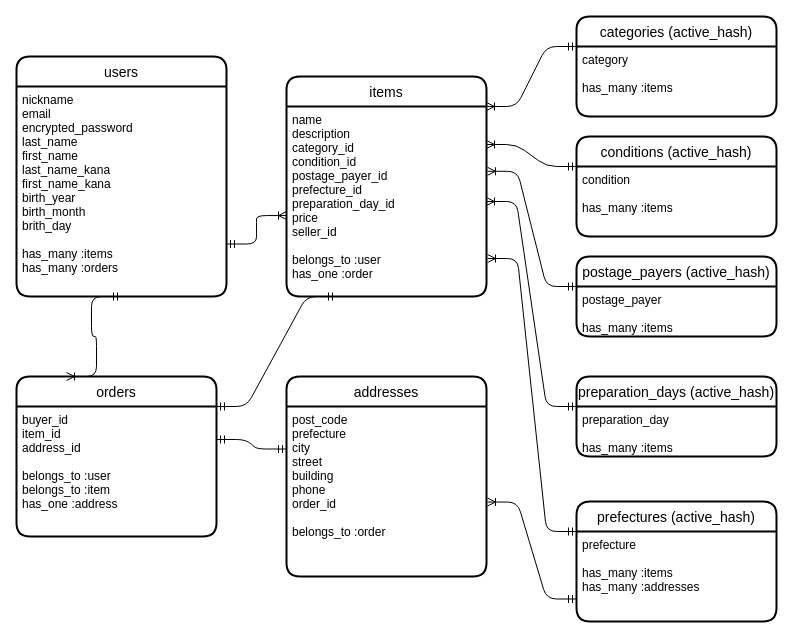
Above: ER.dio in xiaoanise/furima-37226 (draw.io), before the change. Source tidied: cells renumbered, new cells numbered last; positions are measured from the earlier drawing's top-left corner, leaving out a move shared by most shapes. Both pictures are drawn from the tidied source at 100%, with x=0, y=0 at pixel (16, 16).
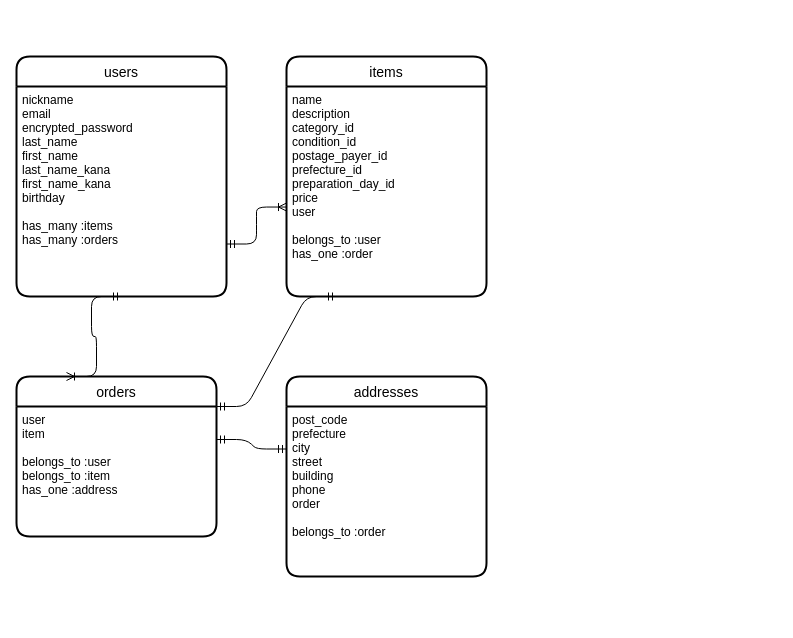
Above is the later version.

Commit message (it also covers changes not shown here):
ER図とREADMEを修正

The change refers to these unchanged cells:
```xml
<mxCell id="2" value="users" style="swimlane;horizontal=1;startSize=30;rounded=1;fontSize=14;fontStyle=0;strokeWidth=2;shadow=0;dashed=0;align=center;" parent="1" vertex="1">
  <mxGeometry y="40" width="210" height="240" as="geometry" />
</mxCell>
<mxCell id="6" value="orders" style="swimlane;horizontal=1;startSize=30;rounded=1;fontSize=14;fontStyle=0;strokeWidth=2;shadow=0;dashed=0;align=center;" parent="1" vertex="1">
  <mxGeometry y="360" width="200" height="160" as="geometry" />
</mxCell>
<mxCell id="8" value="addresses" style="swimlane;horizontal=1;startSize=30;rounded=1;fontSize=14;fontStyle=0;strokeWidth=2;shadow=0;dashed=0;align=center;" parent="1" vertex="1">
  <mxGeometry x="270" y="360" width="200" height="200" as="geometry" />
</mxCell>
```

Diff of the diagram source:
```diff
@@
-    <mxCell id="3" value="nickname&#10;email&#10;encrypted_password&#10;last_name&#10;first_name&#10;last_name_kana&#10;first_name_kana&#10;birth_year&#10;birth_month&#10;brith_day&#10;&#10;has_many :items&#10;has_many :orders" style="align=left;strokeColor=none;fillColor=none;spacingLeft=4;fontSize=12;verticalAlign=top;" parent="2" vertex="1">
+    <mxCell id="3" value="nickname&#10;email&#10;encrypted_password&#10;last_name&#10;first_name&#10;last_name_kana&#10;first_name_kana&#10;birthday&#10;&#10;has_many :items&#10;has_many :orders" style="align=left;strokeColor=none;fillColor=none;spacingLeft=4;fontSize=12;verticalAlign=top;" parent="2" vertex="1">
       <mxGeometry y="30" width="210" height="210" as="geometry" />
     </mxCell>
     <mxCell id="4" value="items" style="swimlane;horizontal=1;startSize=30;rounded=1;fontSize=14;fontStyle=0;strokeWidth=2;shadow=0;dashed=0;align=center;" parent="1" vertex="1">
-      <mxGeometry x="270" y="60" width="200" height="220" as="geometry" />
+      <mxGeometry x="270" y="40" width="200" height="240" as="geometry" />
     </mxCell>
-    <mxCell id="5" value="name&#10;description&#10;category_id &#10;condition_id&#10;postage_payer_id&#10;prefecture_id&#10;preparation_day_id&#10;price&#10;seller_id&#10;&#10;belongs_to :user&#10;has_one :order" style="align=left;strokeColor=none;fillColor=none;spacingLeft=4;fontSize=12;verticalAlign=top;" parent="4" vertex="1">
-      <mxGeometry y="30" width="200" height="190" as="geometry" />
+    <mxCell id="5" value="name&#10;description&#10;category_id &#10;condition_id&#10;postage_payer_id&#10;prefecture_id&#10;preparation_day_id&#10;price&#10;user&#10;&#10;belongs_to :user&#10;has_one :order" style="align=left;strokeColor=none;fillColor=none;spacingLeft=4;fontSize=12;verticalAlign=top;" parent="4" vertex="1">
+      <mxGeometry y="30" width="200" height="210" as="geometry" />
     </mxCell>
@@
-    <mxCell id="7" value="buyer_id&#10;item_id&#10;address_id&#10;&#10;belongs_to :user&#10;belongs_to :item&#10;has_one :address" style="align=left;strokeColor=none;fillColor=none;spacingLeft=4;fontSize=12;verticalAlign=top;" parent="6" vertex="1">
+    <mxCell id="7" value="user&#10;item&#10;&#10;belongs_to :user&#10;belongs_to :item&#10;has_one :address" style="align=left;strokeColor=none;fillColor=none;spacingLeft=4;fontSize=12;verticalAlign=top;" parent="6" vertex="1">
       <mxGeometry y="30" width="200" height="130" as="geometry" />
     </mxCell>
@@
-    <mxCell id="9" value="post_code&#10;prefecture&#10;city&#10;street&#10;building&#10;phone&#10;order_id&#10;&#10;belongs_to :order" style="align=left;strokeColor=none;fillColor=none;spacingLeft=4;fontSize=12;verticalAlign=top;" parent="8" vertex="1">
+    <mxCell id="9" value="post_code&#10;prefecture&#10;city&#10;street&#10;building&#10;phone&#10;order&#10;&#10;belongs_to :order" style="align=left;strokeColor=none;fillColor=none;spacingLeft=4;fontSize=12;verticalAlign=top;" parent="8" vertex="1">
       <mxGeometry y="30" width="200" height="170" as="geometry" />
     </mxCell>
-    <mxCell id="10" value="categories (active_hash)" style="swimlane;horizontal=1;startSize=30;rounded=1;fontSize=14;fontStyle=0;strokeWidth=2;shadow=0;dashed=0;align=center;" parent="1" vertex="1">
-      <mxGeometry x="560" width="200" height="100" as="geometry" />
-    </mxCell>
-    <mxCell id="11" value="category&#10;&#10;has_many :items" style="align=left;strokeColor=none;fillColor=none;spacingLeft=4;fontSize=12;verticalAlign=top;" parent="10" vertex="1">
-      <mxGeometry y="30" width="200" height="70" as="geometry" />
-    </mxCell>
-    <mxCell id="12" value="conditions (active_hash)" style="swimlane;horizontal=1;startSize=30;rounded=1;fontSize=14;fontStyle=0;strokeWidth=2;shadow=0;dashed=0;align=center;" parent="1" vertex="1">
-      <mxGeometry x="560" y="120" width="200" height="100" as="geometry" />
-    </mxCell>
-    <mxCell id="13" value="condition&#10;&#10;has_many :items" style="align=left;strokeColor=none;fillColor=none;spacingLeft=4;fontSize=12;verticalAlign=top;" parent="12" vertex="1">
-      <mxGeometry y="30" width="200" height="70" as="geometry" />
-    </mxCell>
-    <mxCell id="14" value="prefectures (active_hash)" style="swimlane;horizontal=1;startSize=30;rounded=1;fontSize=14;fontStyle=0;strokeWidth=2;shadow=0;dashed=0;align=center;" parent="1" vertex="1">
-      <mxGeometry x="560" y="485" width="200" height="120" as="geometry" />
-    </mxCell>
-    <mxCell id="15" value="prefecture&#10;&#10;has_many :items&#10;has_many :addresses" style="align=left;strokeColor=none;fillColor=none;spacingLeft=4;fontSize=12;verticalAlign=top;" parent="14" vertex="1">
-      <mxGeometry y="30" width="200" height="90" as="geometry" />
-    </mxCell>
-    <mxCell id="16" value="postage_payers (active_hash)" style="swimlane;horizontal=1;startSize=30;rounded=1;fontSize=14;fontStyle=0;strokeWidth=2;shadow=0;dashed=0;align=center;" parent="1" vertex="1">
-      <mxGeometry x="560" y="240" width="200" height="80" as="geometry" />
-    </mxCell>
-    <mxCell id="17" value="postage_payer&#10;&#10;has_many :items" style="align=left;strokeColor=none;fillColor=none;spacingLeft=4;fontSize=12;verticalAlign=top;" parent="16" vertex="1">
-      <mxGeometry y="30" width="200" height="50" as="geometry" />
-    </mxCell>
-    <mxCell id="18" value="preparation_days (active_hash)" style="swimlane;horizontal=1;startSize=30;rounded=1;fontSize=14;fontStyle=0;strokeWidth=2;shadow=0;dashed=0;align=center;" parent="1" vertex="1">
-      <mxGeometry x="560" y="360" width="200" height="80" as="geometry" />
-    </mxCell>
-    <mxCell id="19" value="preparation_day&#10;&#10;has_many :items" style="align=left;strokeColor=none;fillColor=none;spacingLeft=4;fontSize=12;verticalAlign=top;" parent="18" vertex="1">
-      <mxGeometry y="30" width="200" height="50" as="geometry" />
-    </mxCell>
@@
-    <mxCell id="24" style="edgeStyle=entityRelationEdgeStyle;fontSize=12;html=1;endArrow=ERoneToMany;startArrow=ERmandOne;entryX=1;entryY=0;entryDx=0;entryDy=0;exitX=0;exitY=0;exitDx=0;exitDy=0;" parent="1" edge="1" source="11" target="5">
-      <mxGeometry relative="1" as="geometry" />
-    </mxCell>
-    <mxCell id="25" style="edgeStyle=entityRelationEdgeStyle;fontSize=12;html=1;endArrow=ERoneToMany;startArrow=ERmandOne;exitX=0;exitY=0;exitDx=0;exitDy=0;entryX=1.005;entryY=0.341;entryDx=0;entryDy=0;entryPerimeter=0;" parent="1" edge="1" source="17" target="5">
-      <mxGeometry relative="1" as="geometry" />
-    </mxCell>
-    <mxCell id="26" style="edgeStyle=entityRelationEdgeStyle;fontSize=12;html=1;endArrow=ERoneToMany;startArrow=ERmandOne;exitX=0;exitY=0;exitDx=0;exitDy=0;entryX=1;entryY=0.5;entryDx=0;entryDy=0;" parent="1" edge="1" source="19" target="5">
-      <mxGeometry relative="1" as="geometry" />
-    </mxCell>
-    <mxCell id="27" style="edgeStyle=entityRelationEdgeStyle;fontSize=12;html=1;endArrow=ERoneToMany;startArrow=ERmandOne;entryX=1.005;entryY=0.8;entryDx=0;entryDy=0;entryPerimeter=0;exitX=0;exitY=0;exitDx=0;exitDy=0;" parent="1" edge="1" source="15" target="5">
-      <mxGeometry relative="1" as="geometry" />
-    </mxCell>
-    <mxCell id="28" style="edgeStyle=entityRelationEdgeStyle;fontSize=12;html=1;endArrow=ERoneToMany;startArrow=ERmandOne;entryX=1.005;entryY=0.562;entryDx=0;entryDy=0;entryPerimeter=0;exitX=0;exitY=0.75;exitDx=0;exitDy=0;" parent="1" edge="1" source="15" target="9">
-      <mxGeometry relative="1" as="geometry" />
-    </mxCell>
-    <mxCell id="29" style="edgeStyle=entityRelationEdgeStyle;fontSize=12;html=1;endArrow=ERoneToMany;startArrow=ERmandOne;entryX=1;entryY=0.2;entryDx=0;entryDy=0;entryPerimeter=0;exitX=0;exitY=0;exitDx=0;exitDy=0;" parent="1" edge="1" source="13" target="5">
-      <mxGeometry relative="1" as="geometry" />
-    </mxCell>
```
